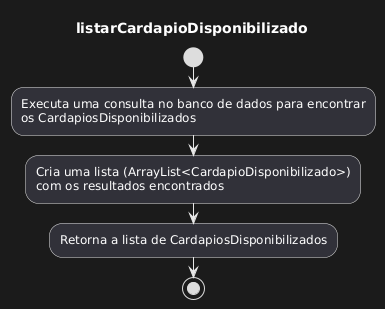
Androka2004/Conecta-Refeicoes keeps this PlantUML diagram as specs/logica/cardapiodisponibilizado_listar.png. Above is the earlier version.
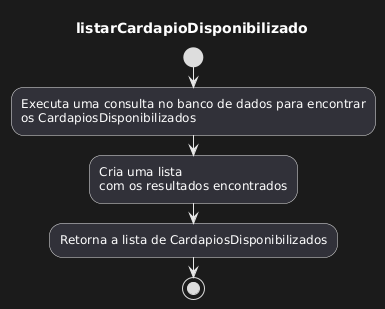
After the commit.

Change to the diagram source:
```diff
@@ -3,11 +3,13 @@
 
 start
 
+
 :Executa uma consulta no banco de dados para encontrar
 os CardapiosDisponibilizados;
 
-:Cria uma lista (ArrayList<CardapioDisponibilizado>)
+:Cria uma lista
 com os resultados encontrados;
+
 
 :Retorna a lista de CardapiosDisponibilizados;
 
```
